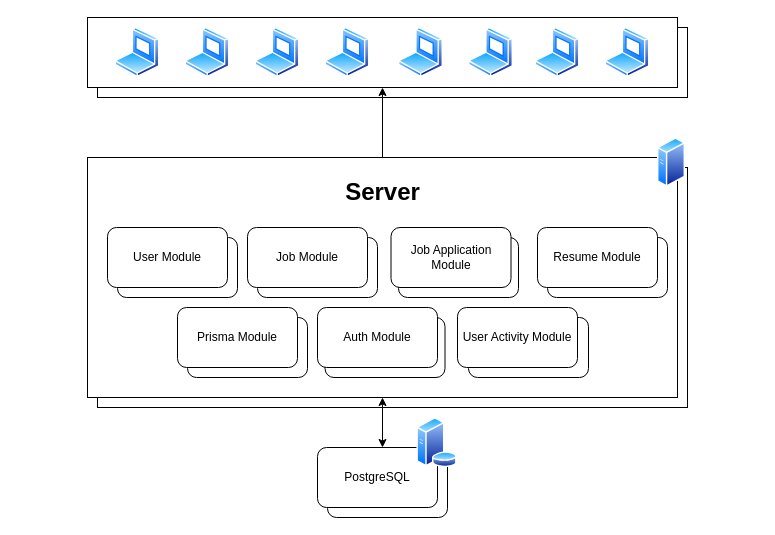
This is docs/assets/drawio/infrastructure.drawio from jdelreyes/jotrack-backend, a draw.io file, before an edit. Source tidied: cells renumbered, new cells numbered last; positions are measured from the earlier drawing's top-left corner, leaving out a move shared by most shapes. Both pictures are drawn from the tidied source at 100%, with x=0, y=0 at pixel (87, 17).
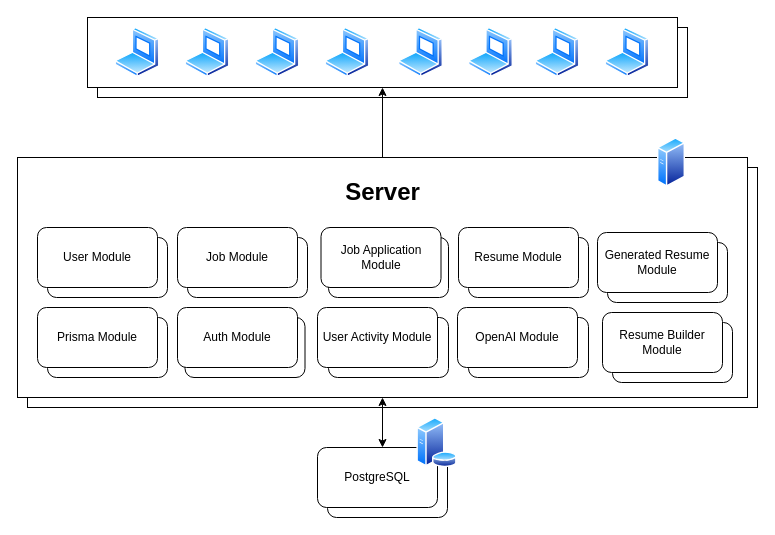
After the change.

The edit, as a diff of the source:
```diff
@@
     <mxCell id="3" style="rounded=0;whiteSpace=wrap;html=1;" parent="1" vertex="1">
-      <mxGeometry x="10" y="150" width="590" height="240" as="geometry" />
+      <mxGeometry x="-60" y="150" width="730" height="240" as="geometry" />
     </mxCell>
     <mxCell id="4" style="rounded=0;whiteSpace=wrap;html=1;" parent="1" vertex="1">
-      <mxGeometry y="140" width="590" height="240" as="geometry" />
+      <mxGeometry x="-70" y="140" width="730" height="240" as="geometry" />
     </mxCell>
     <mxCell id="5" style="rounded=1;whiteSpace=wrap;html=1;" parent="1" vertex="1">
-      <mxGeometry x="381" y="300" width="120" height="60" as="geometry" />
+      <mxGeometry x="241" y="300" width="120" height="60" as="geometry" />
     </mxCell>
     <mxCell id="6" style="rounded=1;whiteSpace=wrap;html=1;" parent="1" vertex="1">
-      <mxGeometry x="237.5" y="300" width="120" height="60" as="geometry" />
+      <mxGeometry x="97.5" y="300" width="120" height="60" as="geometry" />
     </mxCell>
     <mxCell id="7" style="rounded=1;whiteSpace=wrap;html=1;" parent="1" vertex="1">
-      <mxGeometry x="100" y="300" width="120" height="60" as="geometry" />
+      <mxGeometry x="-40" y="300" width="120" height="60" as="geometry" />
     </mxCell>
     <mxCell id="8" style="rounded=1;whiteSpace=wrap;html=1;" parent="1" vertex="1">
-      <mxGeometry x="460" y="220" width="120" height="60" as="geometry" />
+      <mxGeometry x="381" y="220" width="120" height="60" as="geometry" />
     </mxCell>
     <mxCell id="9" style="rounded=1;whiteSpace=wrap;html=1;" parent="1" vertex="1">
-      <mxGeometry x="311" y="220" width="120" height="60" as="geometry" />
+      <mxGeometry x="241" y="220" width="120" height="60" as="geometry" />
     </mxCell>
     <mxCell id="10" style="rounded=1;whiteSpace=wrap;html=1;" parent="1" vertex="1">
-      <mxGeometry x="30" y="220" width="120" height="60" as="geometry" />
+      <mxGeometry x="-40" y="220" width="120" height="60" as="geometry" />
     </mxCell>
     <mxCell id="11" style="rounded=1;whiteSpace=wrap;html=1;" parent="1" vertex="1">
-      <mxGeometry x="170" y="220" width="120" height="60" as="geometry" />
+      <mxGeometry x="100" y="220" width="120" height="60" as="geometry" />
     </mxCell>
     <mxCell id="12" value="User Module" style="rounded=1;whiteSpace=wrap;html=1;" parent="1" vertex="1">
-      <mxGeometry x="20" y="210" width="120" height="60" as="geometry" />
+      <mxGeometry x="-50" y="210" width="120" height="60" as="geometry" />
     </mxCell>
     <mxCell id="13" value="Job Module" style="rounded=1;whiteSpace=wrap;html=1;" parent="1" vertex="1">
-      <mxGeometry x="160" y="210" width="120" height="60" as="geometry" />
+      <mxGeometry x="90" y="210" width="120" height="60" as="geometry" />
     </mxCell>
     <mxCell id="14" value="Job Application Module" style="rounded=1;whiteSpace=wrap;html=1;" parent="1" vertex="1">
-      <mxGeometry x="303.5" y="210" width="120" height="60" as="geometry" />
+      <mxGeometry x="233.5" y="210" width="120" height="60" as="geometry" />
     </mxCell>
     <mxCell id="15" value="Prisma Module" style="rounded=1;whiteSpace=wrap;html=1;" parent="1" vertex="1">
-      <mxGeometry x="90" y="290" width="120" height="60" as="geometry" />
+      <mxGeometry x="-50" y="290" width="120" height="60" as="geometry" />
     </mxCell>
     <mxCell id="16" value="Auth Module" style="rounded=1;whiteSpace=wrap;html=1;" parent="1" vertex="1">
-      <mxGeometry x="230" y="290" width="120" height="60" as="geometry" />
+      <mxGeometry x="90" y="290" width="120" height="60" as="geometry" />
     </mxCell>
     <mxCell id="17" value="User Activity Module" style="rounded=1;whiteSpace=wrap;html=1;" parent="1" vertex="1">
-      <mxGeometry x="370" y="290" width="120" height="60" as="geometry" />
+      <mxGeometry x="230" y="290" width="120" height="60" as="geometry" />
     </mxCell>
     <mxCell id="18" value="Resume Module" style="rounded=1;whiteSpace=wrap;html=1;" parent="1" vertex="1">
-      <mxGeometry x="450" y="210" width="120" height="60" as="geometry" />
+      <mxGeometry x="371" y="210" width="120" height="60" as="geometry" />
     </mxCell>
@@
+    <mxCell id="35" style="rounded=1;whiteSpace=wrap;html=1;" parent="1" vertex="1">
+      <mxGeometry x="381" y="300" width="120" height="60" as="geometry" />
+    </mxCell>
+    <mxCell id="36" value="OpenAI Module" style="rounded=1;whiteSpace=wrap;html=1;" parent="1" vertex="1">
+      <mxGeometry x="370" y="290" width="120" height="60" as="geometry" />
+    </mxCell>
+    <mxCell id="37" style="rounded=1;whiteSpace=wrap;html=1;" parent="1" vertex="1">
+      <mxGeometry x="520" y="225" width="120" height="60" as="geometry" />
+    </mxCell>
+    <mxCell id="38" value="Generated Resume Module" style="rounded=1;whiteSpace=wrap;html=1;" parent="1" vertex="1">
+      <mxGeometry x="510" y="215" width="120" height="60" as="geometry" />
+    </mxCell>
+    <mxCell id="39" style="rounded=1;whiteSpace=wrap;html=1;" parent="1" vertex="1">
+      <mxGeometry x="525" y="305" width="120" height="60" as="geometry" />
+    </mxCell>
+    <mxCell id="40" value="Resume Builder Module" style="rounded=1;whiteSpace=wrap;html=1;" parent="1" vertex="1">
+      <mxGeometry x="515" y="295" width="120" height="60" as="geometry" />
+    </mxCell>
```
